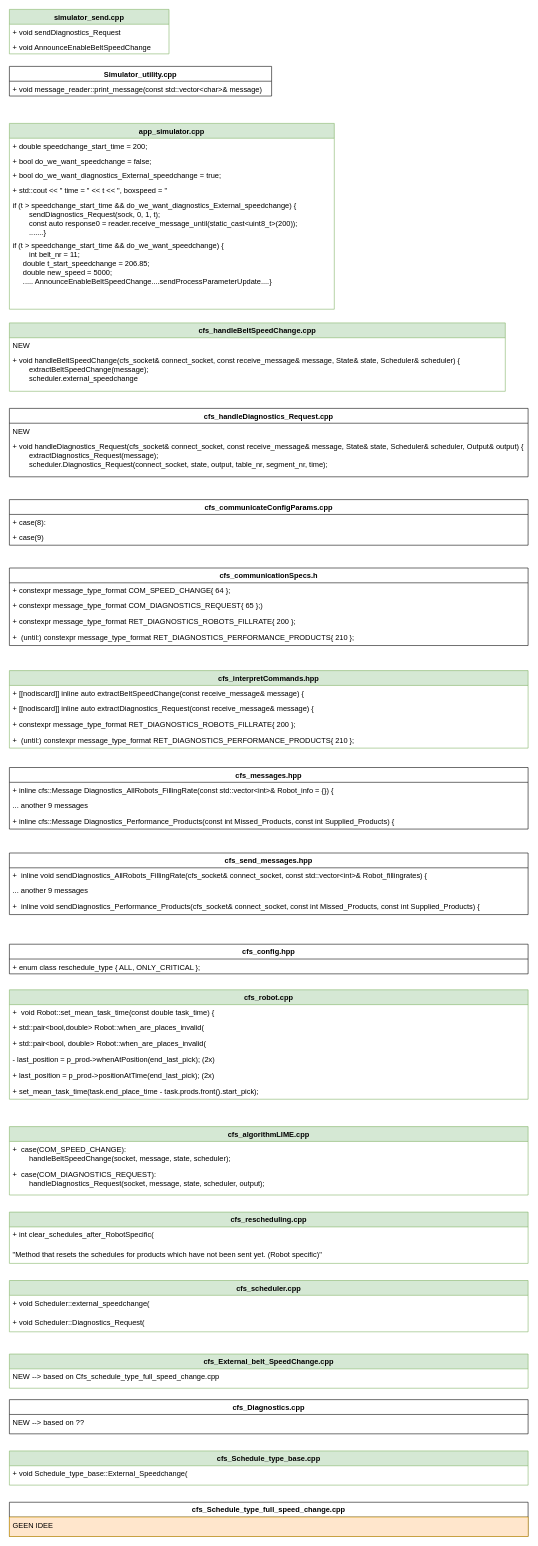
Above: SpeedChangeSimulator.drawio in evelinedrijver/Thesis (draw.io), before the change. Source tidied: cells renumbered, new cells numbered last; positions are measured from the earlier drawing's top-left corner, leaving out a move shared by most shapes. Both pictures are drawn from the tidied source at 57%, with x=0, y=0 at pixel (9, 9).
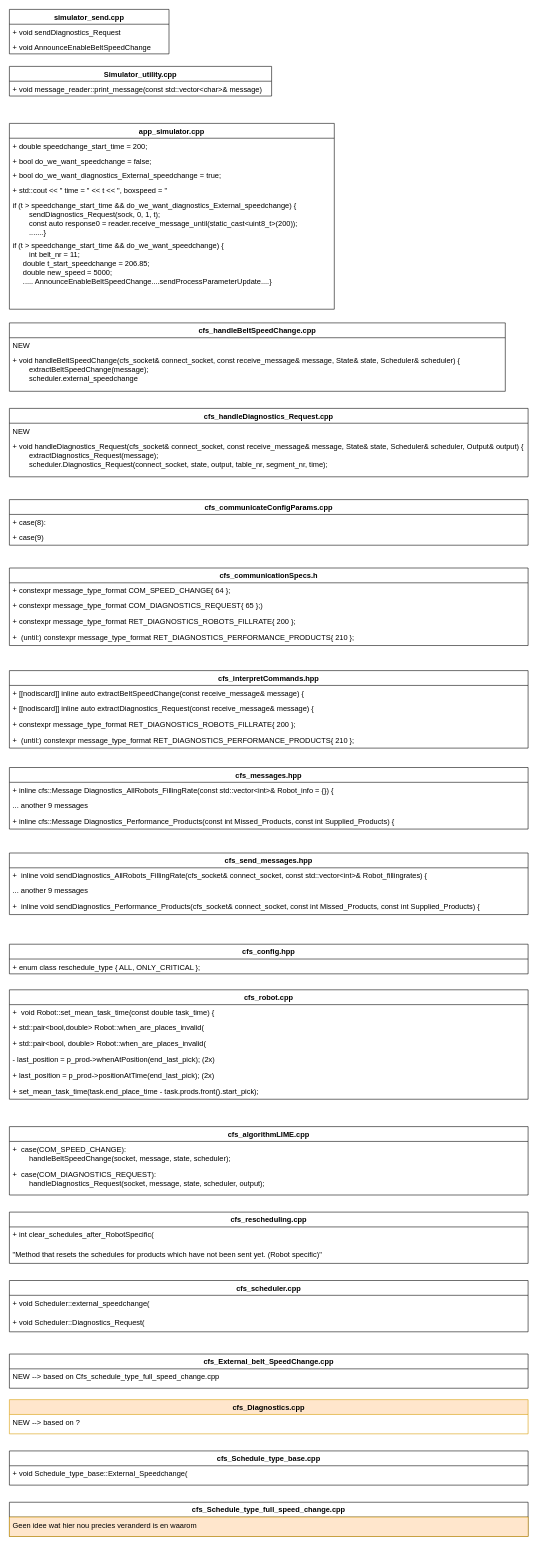
After the change.

The change refers to these unchanged cells:
```xml
<mxCell id="66" value="cfs_Schedule_type_full_speed_change.cpp" style="swimlane;fontStyle=1;horizontal=1;startSize=26;fillColor=none;fontSize=13;" parent="1" vertex="1">
  <mxGeometry y="2619" width="910" height="60" as="geometry" />
</mxCell>
```

What changed in the source:
```diff
@@
-    <mxCell id="4" value="simulator_send.cpp" style="swimlane;fontStyle=1;horizontal=1;startSize=26;fillColor=#d5e8d4;fontSize=13;strokeColor=#82b366;" parent="1" vertex="1">
+    <mxCell id="4" value="simulator_send.cpp" style="swimlane;fontStyle=1;horizontal=1;startSize=26;fontSize=13;" parent="1" vertex="1">
       <mxGeometry width="280" height="78" as="geometry" />
     </mxCell>
@@
-    <mxCell id="7" value="app_simulator.cpp" style="swimlane;fontStyle=1;horizontal=1;startSize=26;fillColor=#d5e8d4;fontSize=13;strokeColor=#82b366;" parent="1" vertex="1">
+    <mxCell id="7" value="app_simulator.cpp" style="swimlane;fontStyle=1;horizontal=1;startSize=26;fontSize=13;" parent="1" vertex="1">
       <mxGeometry y="200" width="570" height="326" as="geometry" />
     </mxCell>
@@
-    <mxCell id="15" value="cfs_handleBeltSpeedChange.cpp" style="swimlane;fontStyle=1;horizontal=1;startSize=26;fillColor=#d5e8d4;fontSize=13;strokeColor=#82b366;" parent="1" vertex="1">
+    <mxCell id="15" value="cfs_handleBeltSpeedChange.cpp" style="swimlane;fontStyle=1;horizontal=1;startSize=26;fontSize=13;" parent="1" vertex="1">
       <mxGeometry y="550" width="870" height="120" as="geometry" />
     </mxCell>
@@
-    <mxCell id="29" value="cfs_interpretCommands.hpp" style="swimlane;fontStyle=1;horizontal=1;startSize=26;fillColor=#d5e8d4;fontSize=13;strokeColor=#82b366;" parent="1" vertex="1">
+    <mxCell id="29" value="cfs_interpretCommands.hpp" style="swimlane;fontStyle=1;horizontal=1;startSize=26;fontSize=13;" parent="1" vertex="1">
       <mxGeometry y="1160" width="910" height="136" as="geometry" />
     </mxCell>
@@
-    <mxCell id="44" value="cfs_robot.cpp" style="swimlane;fontStyle=1;horizontal=1;startSize=26;fillColor=#d5e8d4;fontSize=13;strokeColor=#82b366;" parent="1" vertex="1">
+    <mxCell id="44" value="cfs_robot.cpp" style="swimlane;fontStyle=1;horizontal=1;startSize=26;fontSize=13;" parent="1" vertex="1">
       <mxGeometry y="1720" width="910" height="192" as="geometry" />
     </mxCell>
@@
-    <mxCell id="51" value="cfs_algorithmLIME.cpp" style="swimlane;fontStyle=1;horizontal=1;startSize=26;fillColor=#d5e8d4;fontSize=13;strokeColor=#82b366;" parent="1" vertex="1">
+    <mxCell id="51" value="cfs_algorithmLIME.cpp" style="swimlane;fontStyle=1;horizontal=1;startSize=26;fontSize=13;" parent="1" vertex="1">
       <mxGeometry y="1960" width="910" height="120" as="geometry" />
     </mxCell>
@@
-    <mxCell id="54" value="cfs_rescheduling.cpp" style="swimlane;fontStyle=1;horizontal=1;startSize=26;fillColor=#d5e8d4;fontSize=13;strokeColor=#82b366;" parent="1" vertex="1">
+    <mxCell id="54" value="cfs_rescheduling.cpp" style="swimlane;fontStyle=1;horizontal=1;startSize=26;fontSize=13;" parent="1" vertex="1">
       <mxGeometry y="2110" width="910" height="90" as="geometry" />
     </mxCell>
@@
-    <mxCell id="57" value="cfs_scheduler.cpp" style="swimlane;fontStyle=1;horizontal=1;startSize=26;fillColor=#d5e8d4;fontSize=13;strokeColor=#82b366;" parent="1" vertex="1">
+    <mxCell id="57" value="cfs_scheduler.cpp" style="swimlane;fontStyle=1;horizontal=1;startSize=26;fontSize=13;" parent="1" vertex="1">
       <mxGeometry y="2230" width="910" height="90" as="geometry" />
     </mxCell>
@@
-    <mxCell id="60" value="cfs_External_belt_SpeedChange.cpp" style="swimlane;fontStyle=1;horizontal=1;startSize=26;fillColor=#d5e8d4;fontSize=13;strokeColor=#82b366;" parent="1" vertex="1">
+    <mxCell id="60" value="cfs_External_belt_SpeedChange.cpp" style="swimlane;fontStyle=1;horizontal=1;startSize=26;fontSize=13;" parent="1" vertex="1">
       <mxGeometry y="2359" width="910" height="60" as="geometry" />
     </mxCell>
@@
-    <mxCell id="62" value="cfs_Diagnostics.cpp" style="swimlane;fontStyle=1;horizontal=1;startSize=26;fillColor=none;fontSize=13;" parent="1" vertex="1">
+    <mxCell id="62" value="cfs_Diagnostics.cpp" style="swimlane;fontStyle=1;horizontal=1;startSize=26;fillColor=#ffe6cc;fontSize=13;strokeColor=#d79b00;" parent="1" vertex="1">
       <mxGeometry y="2439" width="910" height="60" as="geometry" />
     </mxCell>
-    <mxCell id="63" value="NEW --&gt; based on ??" style="text;strokeColor=none;fillColor=none;align=left;verticalAlign=top;spacingLeft=4;spacingRight=4;overflow=hidden;fontSize=13;" parent="62" vertex="1">
+    <mxCell id="63" value="NEW --&gt; based on ?" style="text;strokeColor=none;fillColor=none;align=left;verticalAlign=top;spacingLeft=4;spacingRight=4;overflow=hidden;fontSize=13;" parent="62" vertex="1">
       <mxGeometry y="26" width="910" height="34" as="geometry" />
     </mxCell>
-    <mxCell id="64" value="cfs_Schedule_type_base.cpp" style="swimlane;fontStyle=1;horizontal=1;startSize=26;fillColor=#d5e8d4;fontSize=13;strokeColor=#82b366;" parent="1" vertex="1">
+    <mxCell id="64" value="cfs_Schedule_type_base.cpp" style="swimlane;fontStyle=1;horizontal=1;startSize=26;fontSize=13;" parent="1" vertex="1">
       <mxGeometry y="2529" width="910" height="60" as="geometry" />
     </mxCell>
@@
-    <mxCell id="67" value="GEEN IDEE" style="text;strokeColor=#d79b00;fillColor=#ffe6cc;align=left;verticalAlign=top;spacingLeft=4;spacingRight=4;overflow=hidden;fontSize=13;" parent="66" vertex="1">
+    <mxCell id="67" value="Geen idee wat hier nou precies veranderd is en waarom " style="text;strokeColor=#d79b00;fillColor=#ffe6cc;align=left;verticalAlign=top;spacingLeft=4;spacingRight=4;overflow=hidden;fontSize=13;" parent="66" vertex="1">
       <mxGeometry y="26" width="910" height="34" as="geometry" />
     </mxCell>
```
